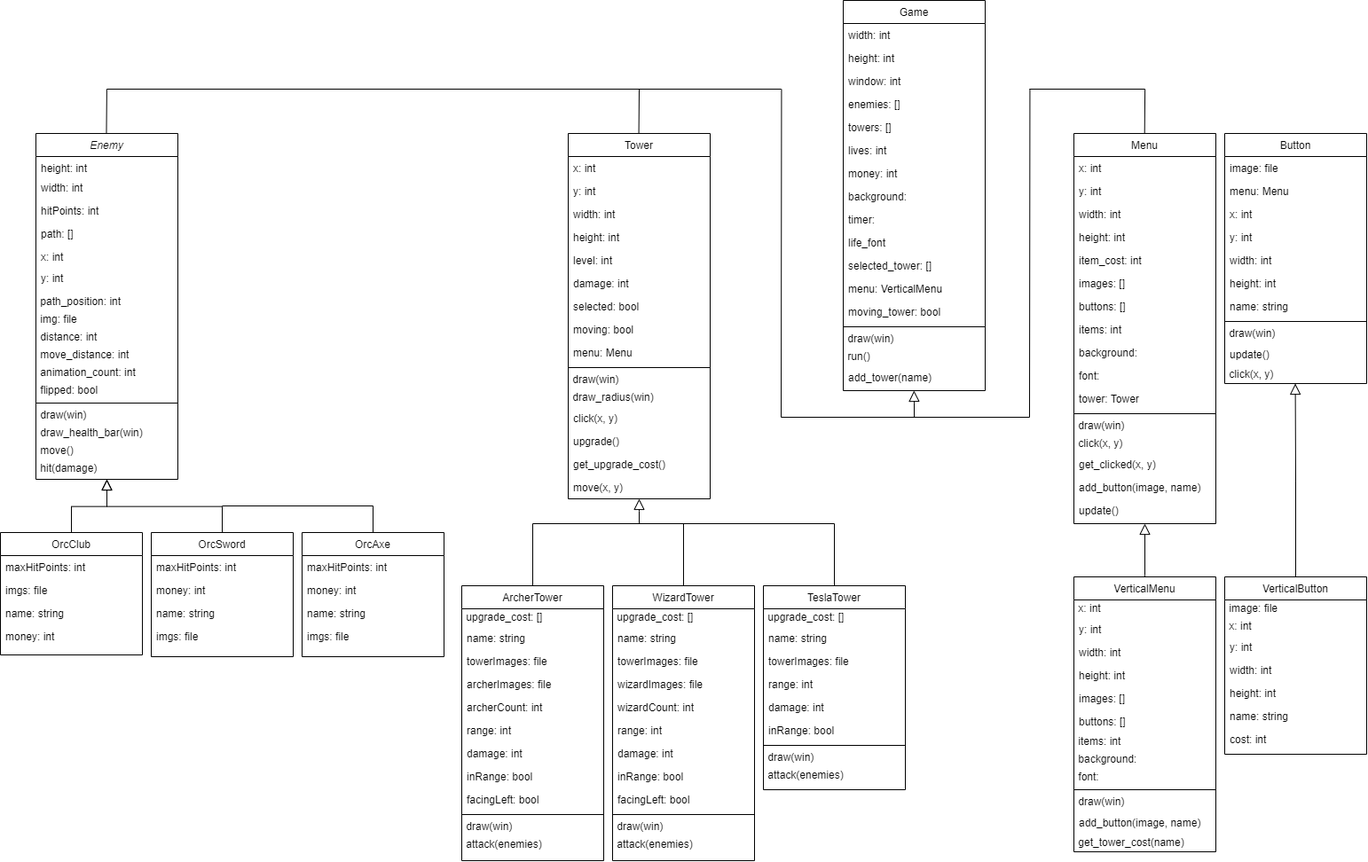
The draw.io diagram docs/TD.drawio.png in gian-vol/tower-defense, before a commit. Source tidied: cells renumbered, new cells last; positions are measured from the earlier drawing's top-left corner, leaving out a move shared by most shapes.
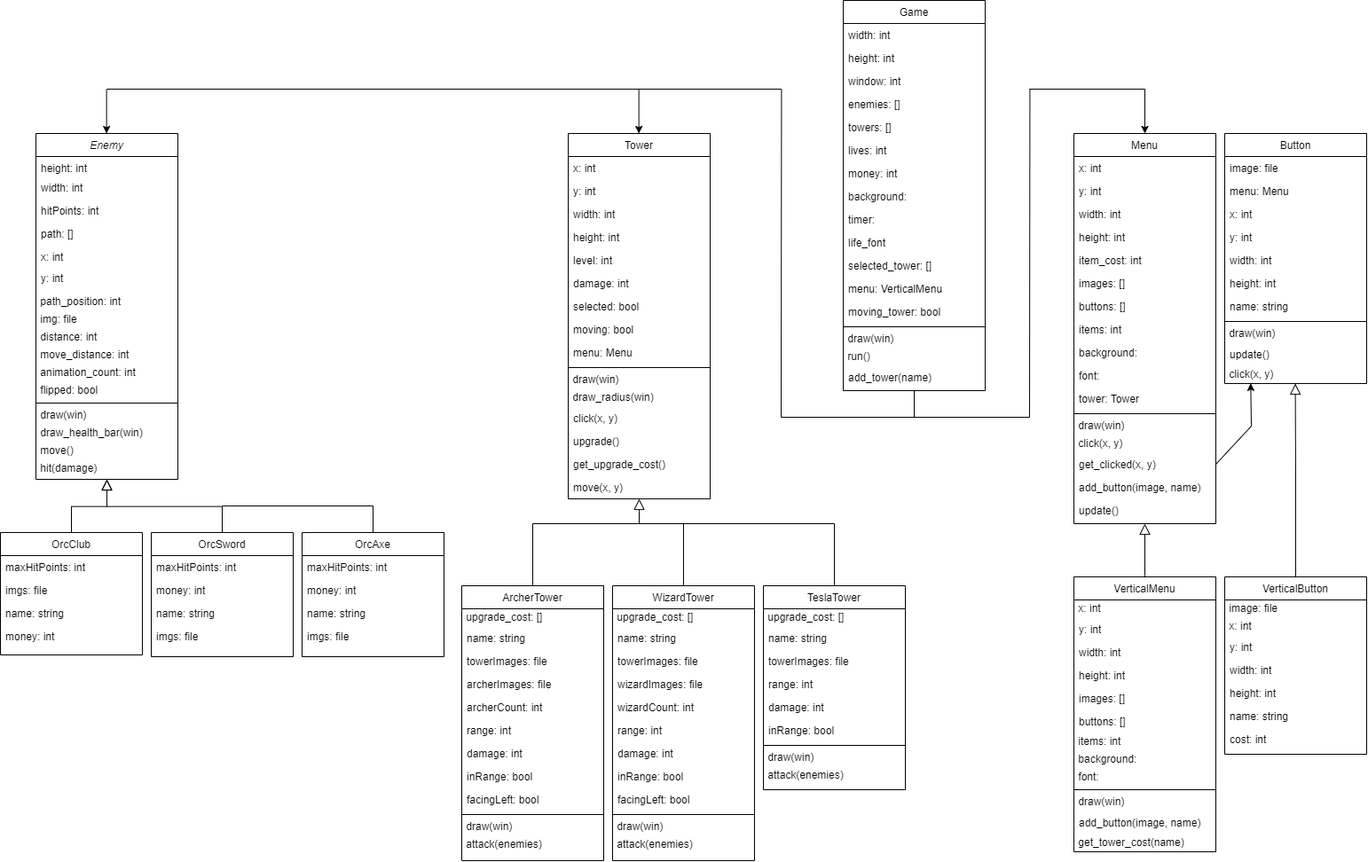
After the change.

Commit message:
Fixing the class diagram and adding README.md

Diff of the diagram source:
```diff
@@ -532,42 +532,18 @@
         <mxPoint x="1459.6" y="432" as="targetPoint" />
       </mxGeometry>
     </mxCell>
-    <mxCell id="170" style="endArrow=block;endSize=10;endFill=0;shadow=0;strokeWidth=1;rounded=0;edgeStyle=elbowEdgeStyle;elbow=vertical;entryX=0.5;entryY=0.999;entryDx=0;entryDy=0;entryPerimeter=0;" parent="1" edge="1">
-      <mxGeometry relative="1" as="geometry">
-        <mxPoint x="1030" y="470" as="sourcePoint" />
-        <mxPoint x="1029.8" y="440" as="targetPoint" />
-      </mxGeometry>
-    </mxCell>
     <mxCell id="171" style="endArrow=none;html=1;rounded=0;" parent="1" edge="1">
       <mxGeometry relative="1" as="geometry">
         <mxPoint x="120" y="100" as="sourcePoint" />
         <mxPoint x="880" y="100" as="targetPoint" />
       </mxGeometry>
     </mxCell>
-    <mxCell id="172" style="endArrow=none;html=1;rounded=0;exitX=0.5;exitY=0;exitDx=0;exitDy=0;" parent="1" edge="1">
-      <mxGeometry relative="1" as="geometry">
-        <mxPoint x="719.6" y="150" as="sourcePoint" />
-        <mxPoint x="720" y="100" as="targetPoint" />
-      </mxGeometry>
-    </mxCell>
-    <mxCell id="173" style="endArrow=none;html=1;rounded=0;exitX=0.5;exitY=0;exitDx=0;exitDy=0;" parent="1" edge="1">
-      <mxGeometry relative="1" as="geometry">
-        <mxPoint x="119.5" y="150" as="sourcePoint" />
-        <mxPoint x="119.9" y="100" as="targetPoint" />
-      </mxGeometry>
-    </mxCell>
     <mxCell id="174" style="endArrow=none;html=1;rounded=0;" parent="1" edge="1">
       <mxGeometry relative="1" as="geometry">
         <mxPoint x="880" y="470" as="sourcePoint" />
         <mxPoint x="880.4" y="100" as="targetPoint" />
       </mxGeometry>
     </mxCell>
-    <mxCell id="175" style="endArrow=none;html=1;rounded=0;exitX=0.5;exitY=0;exitDx=0;exitDy=0;" parent="1" edge="1">
-      <mxGeometry relative="1" as="geometry">
-        <mxPoint x="1289.7" y="150" as="sourcePoint" />
-        <mxPoint x="1290.1" y="100" as="targetPoint" />
-      </mxGeometry>
-    </mxCell>
     <mxCell id="176" style="endArrow=none;html=1;rounded=0;" parent="1" edge="1">
       <mxGeometry relative="1" as="geometry">
         <mxPoint x="1160" y="470" as="sourcePoint" />
@@ -580,5 +556,34 @@
         <mxPoint x="1160" y="470" as="targetPoint" />
       </mxGeometry>
     </mxCell>
+    <mxCell id="178" style="endArrow=none;html=1;rounded=0;entryX=0.5;entryY=1;entryDx=0;entryDy=0;" parent="1" edge="1" target="96">
+      <mxGeometry relative="1" as="geometry">
+        <mxPoint x="1030" y="470" as="sourcePoint" />
+      </mxGeometry>
+    </mxCell>
+    <mxCell id="179" style="endArrow=classic;html=1;rounded=0;entryX=0.5;entryY=0;entryDx=0;entryDy=0;" parent="1" edge="1" target="115">
+      <mxGeometry relative="1" as="geometry">
+        <mxPoint x="1290" y="100" as="sourcePoint" />
+      </mxGeometry>
+    </mxCell>
+    <mxCell id="180" style="endArrow=classic;html=1;rounded=0;entryX=0.5;entryY=0;entryDx=0;entryDy=0;" parent="1" edge="1">
+      <mxGeometry relative="1" as="geometry">
+        <mxPoint x="719.6" y="100" as="sourcePoint" />
+        <mxPoint x="719.6" y="150" as="targetPoint" />
+      </mxGeometry>
+    </mxCell>
+    <mxCell id="181" style="endArrow=classic;html=1;rounded=0;entryX=0.5;entryY=0;entryDx=0;entryDy=0;" parent="1" edge="1">
+      <mxGeometry relative="1" as="geometry">
+        <mxPoint x="119.6" y="100" as="sourcePoint" />
+        <mxPoint x="119.6" y="150" as="targetPoint" />
+      </mxGeometry>
+    </mxCell>
+    <mxCell id="182" style="endArrow=classic;html=1;rounded=0;exitX=1;exitY=0.5;exitDx=0;exitDy=0;entryX=0.183;entryY=0.99;entryDx=0;entryDy=0;entryPerimeter=0;" parent="1" edge="1" source="130" target="158">
+      <mxGeometry relative="1" as="geometry">
+        <Array as="points">
+          <mxPoint x="1410" y="480" />
+        </Array>
+      </mxGeometry>
+    </mxCell>
   </root>
 </mxGraphModel>
```
